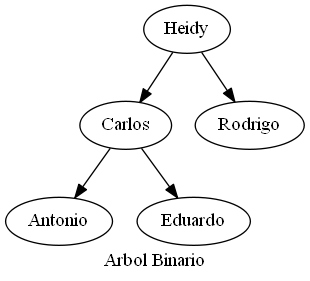
Above: Reportes/Arbol.png in hr9457/EDD_1S2020_PY1_201314296 (Graphviz), before the change. Its source is kept beside it as ArchivosDot/Arbol.dot. Its diagram source:
```dot
digraph arbol
{
rankdir=TB;
nodoHeidy[ label = "Heidy"];
nodoHeidy->nodoCarlos
nodoCarlos[ label = "Carlos"];
nodoCarlos->nodoAntonio
nodoAntonio[ label = "Antonio"];
nodoCarlos->nodoEduardo
nodoEduardo[ label = "Eduardo"];
nodoHeidy->nodoRodrigo
nodoRodrigo[ label = "Rodrigo"];
label = " Arbol Binario "
}
```
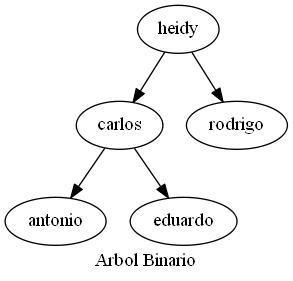
After the commit.

What changed in the source:
```diff
@@ -1,14 +1,14 @@
 digraph arbol
 {
 rankdir=TB;
-nodoHeidy[ label = "Heidy"];
-nodoHeidy->nodoCarlos
-nodoCarlos[ label = "Carlos"];
-nodoCarlos->nodoAntonio
-nodoAntonio[ label = "Antonio"];
-nodoCarlos->nodoEduardo
-nodoEduardo[ label = "Eduardo"];
-nodoHeidy->nodoRodrigo
-nodoRodrigo[ label = "Rodrigo"];
+nodoheidy[ label = "heidy"];
+nodoheidy->nodocarlos
+nodocarlos[ label = "carlos"];
+nodocarlos->nodoantonio
+nodoantonio[ label = "antonio"];
+nodocarlos->nodoeduardo
+nodoeduardo[ label = "eduardo"];
+nodoheidy->nodorodrigo
+nodorodrigo[ label = "rodrigo"];
 label = " Arbol Binario "
 }
```
